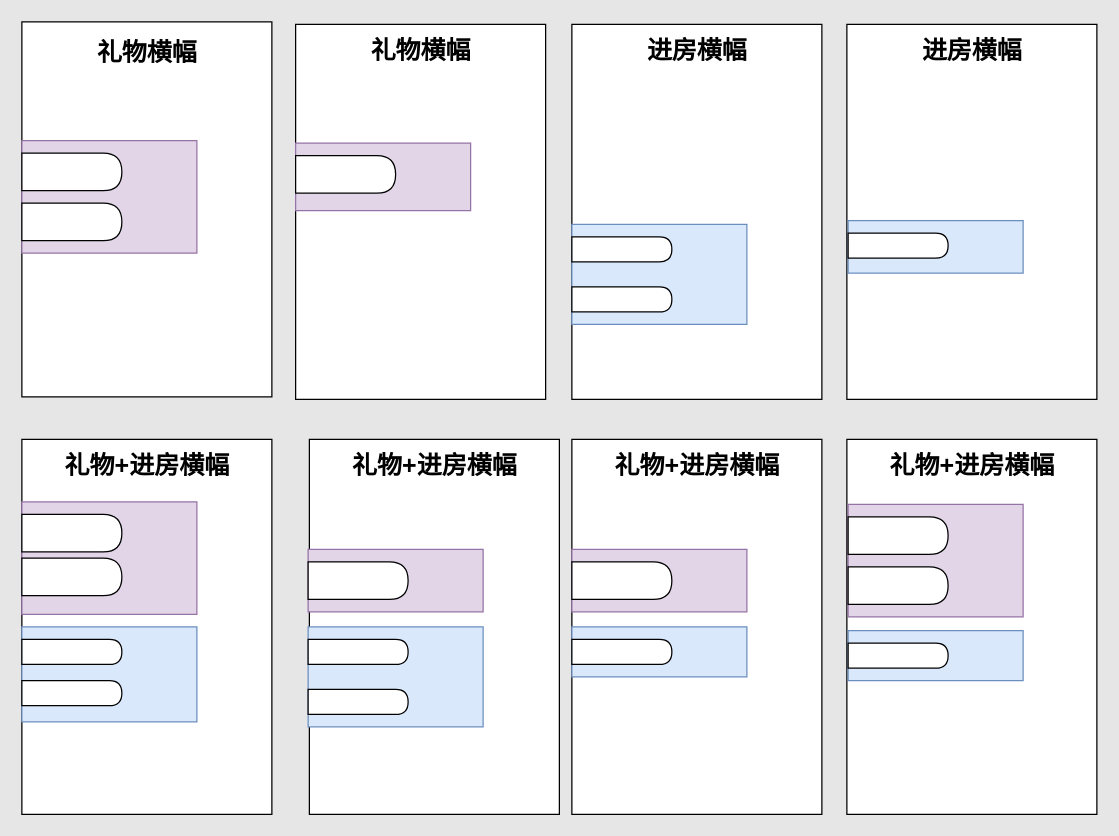
Earlier version of the draw.io diagram 横幅.drawio (litaihui/tips). Source tidied: cells renumbered, new cells numbered last; positions are measured from the earlier drawing's top-left corner, leaving out a move shared by most shapes. Both pictures are drawn from the tidied source at 125%, with x=0, y=0 at pixel (21, 21).
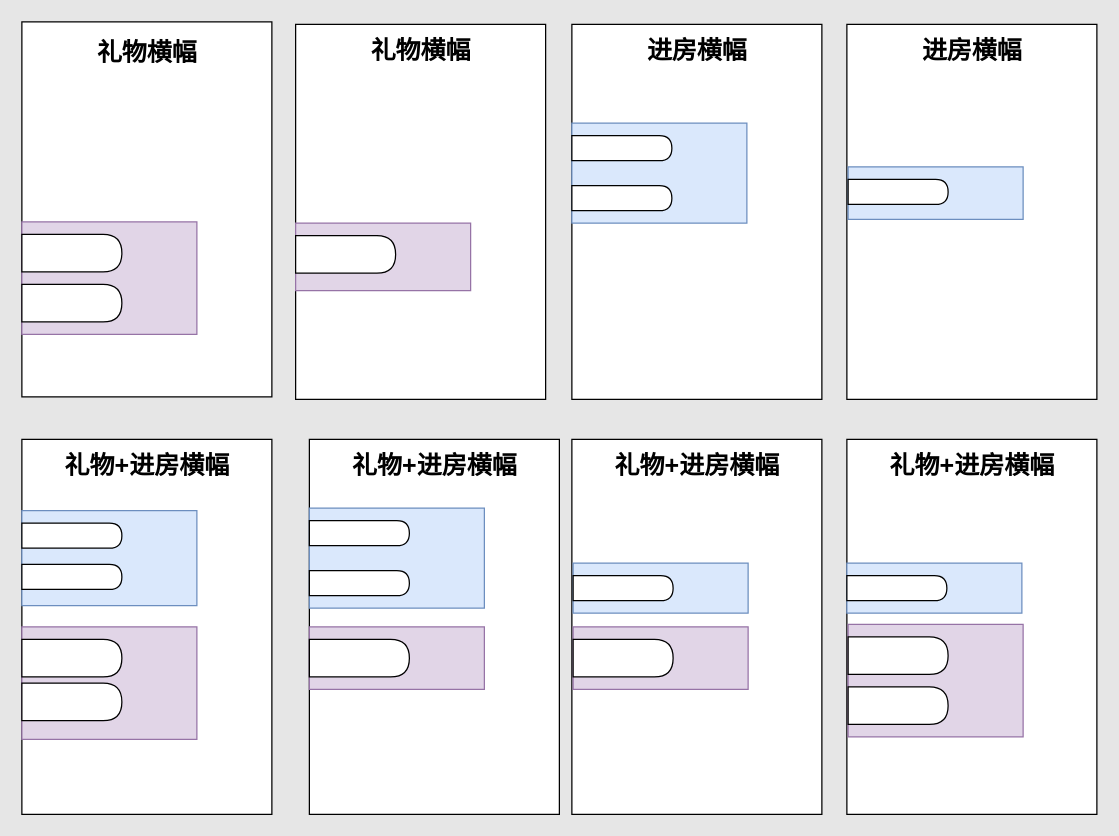
The same page after the edit.

Change to the diagram source:
```diff
@@
     <mxCell id="18" style="group;" parent="1" vertex="1">
-      <mxGeometry y="95" width="140" height="90" as="geometry" />
+      <mxGeometry y="160" width="140" height="90" as="geometry" />
     </mxCell>
@@
     <mxCell id="22" style="group;" parent="1" vertex="1">
-      <mxGeometry x="219" y="97" width="140" height="54" as="geometry" />
+      <mxGeometry x="219" y="161" width="140" height="54" as="geometry" />
     </mxCell>
@@
     <mxCell id="25" style="group;" parent="1" vertex="1">
-      <mxGeometry x="440" y="162" width="140" height="80" as="geometry" />
+      <mxGeometry x="440" y="81" width="140" height="80" as="geometry" />
     </mxCell>
@@
-    <mxCell id="29" style="group;" parent="1" vertex="1">
-      <mxGeometry x="661" y="159" width="140" height="42" as="geometry" />
-    </mxCell>
-    <mxCell id="30" style="rounded=0;whiteSpace=wrap;html=1;fillColor=#dae8fc;strokeColor=#6c8ebf;" parent="29" vertex="1">
-      <mxGeometry width="140" height="42" as="geometry" />
-    </mxCell>
-    <mxCell id="31" style="shape=delay;whiteSpace=wrap;html=1;rounded=0;" parent="29" vertex="1">
-      <mxGeometry y="10" width="80" height="20" as="geometry" />
-    </mxCell>
     <mxCell id="32" style="group;" parent="1" vertex="1">
-      <mxGeometry y="384" width="140" height="90" as="geometry" />
+      <mxGeometry y="484" width="140" height="90" as="geometry" />
     </mxCell>
@@
     <mxCell id="36" style="group;" parent="1" vertex="1">
-      <mxGeometry y="484" width="140" height="76" as="geometry" />
+      <mxGeometry y="391" width="140" height="76" as="geometry" />
     </mxCell>
@@
     <mxCell id="40" style="group;" parent="1" vertex="1">
-      <mxGeometry x="229" y="422" width="140" height="50" as="geometry" />
+      <mxGeometry x="230" y="484" width="140" height="50" as="geometry" />
     </mxCell>
@@
     <mxCell id="43" style="group;" parent="1" vertex="1">
-      <mxGeometry x="229" y="484" width="140" height="80" as="geometry" />
+      <mxGeometry x="230" y="389" width="140" height="80" as="geometry" />
     </mxCell>
@@
     <mxCell id="47" style="group;" parent="1" vertex="1">
-      <mxGeometry x="440" y="422" width="140" height="50" as="geometry" />
+      <mxGeometry x="441" y="484" width="140" height="50" as="geometry" />
     </mxCell>
@@
     <mxCell id="50" style="group;" parent="1" vertex="1">
-      <mxGeometry x="440" y="484" width="140" height="40" as="geometry" />
+      <mxGeometry x="441" y="433" width="140" height="40" as="geometry" />
     </mxCell>
@@
     <mxCell id="53" style="group;" parent="1" vertex="1">
-      <mxGeometry x="661" y="487" width="140" height="40" as="geometry" />
+      <mxGeometry x="660" y="433" width="140" height="40" as="geometry" />
     </mxCell>
@@
     <mxCell id="56" style="group;" parent="1" vertex="1">
-      <mxGeometry x="661" y="386" width="140" height="90" as="geometry" />
+      <mxGeometry x="661" y="482" width="140" height="90" as="geometry" />
     </mxCell>
@@
+    <mxCell id="60" style="group;" parent="1" vertex="1">
+      <mxGeometry x="661" y="116" width="140" height="42" as="geometry" />
+    </mxCell>
+    <mxCell id="30" style="rounded=0;whiteSpace=wrap;html=1;fillColor=#dae8fc;strokeColor=#6c8ebf;" parent="60" vertex="1">
+      <mxGeometry width="140" height="42" as="geometry" />
+    </mxCell>
+    <mxCell id="31" style="shape=delay;whiteSpace=wrap;html=1;rounded=0;" parent="60" vertex="1">
+      <mxGeometry y="10" width="80" height="20" as="geometry" />
+    </mxCell>
```
